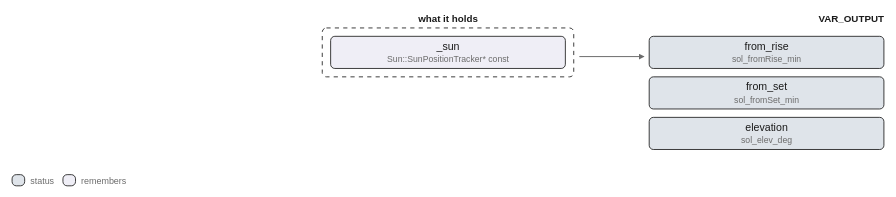
Before: images/logic/sun_watch.drawio.svg, a diagram exported from draw.io (pstch/botanik2). Source tidied: cells renumbered, new cells last; positions are measured from the earlier drawing's top-left corner, leaving out a move shared by most shapes. The source it was exported from:
```xml
<mxGraphModel>
  <root>
    <mxCell id="0" />
    <mxCell id="1" parent="0" />
    <mxCell id="2" value="what it holds" style="text;html=1;whiteSpace=nowrap;fontSize=7;fontColor=#1a1a1a;align=center;verticalAlign=middle;fontStyle=1;" parent="1" vertex="1">
      <mxGeometry x="285" y="-0.2" width="54" height="11" as="geometry" />
    </mxCell>
    <mxCell id="3" value="VAR_OUTPUT" style="text;html=1;whiteSpace=nowrap;fontSize=7;fontColor=#1a1a1a;align=right;verticalAlign=middle;fontStyle=1;" parent="1" vertex="1">
      <mxGeometry x="581.5" y="-0.2" width="42.5" height="11" as="geometry" />
    </mxCell>
    <mxCell id="4" value="from_rise&lt;br&gt;&lt;font style=&quot;font-size:6px&quot;&gt;sol_fromRise_min&lt;/font&gt;" style="rounded=1;fillColor=#dfe4ea;strokeColor=#1a1a1a;whiteSpace=wrap;html=1;fontSize=8;" parent="1" vertex="1">
      <mxGeometry x="456" y="17" width="168" height="23" as="geometry" />
    </mxCell>
    <mxCell id="5" value="from_set&lt;br&gt;&lt;font style=&quot;font-size:6px&quot;&gt;sol_fromSet_min&lt;/font&gt;" style="rounded=1;fillColor=#dfe4ea;strokeColor=#1a1a1a;whiteSpace=wrap;html=1;fontSize=8;" parent="1" vertex="1">
      <mxGeometry x="456" y="46" width="168" height="23" as="geometry" />
    </mxCell>
    <mxCell id="6" value="elevation&lt;br&gt;&lt;font style=&quot;font-size:6px&quot;&gt;sol_elev_deg&lt;/font&gt;" style="rounded=1;fillColor=#dfe4ea;strokeColor=#1a1a1a;whiteSpace=wrap;html=1;fontSize=8;" parent="1" vertex="1">
      <mxGeometry x="456" y="75" width="168" height="23" as="geometry" />
    </mxCell>
    <mxCell id="7" style="rounded=1;fillColor=#ffffff;strokeColor=#1a1a1a;whiteSpace=wrap;html=1;fontSize=8;dashed=1;" parent="1" vertex="1">
      <mxGeometry x="222" y="11" width="180" height="35" as="geometry" />
    </mxCell>
    <mxCell id="8" value="_sun&lt;br&gt;&lt;font style=&quot;font-size:6px&quot;&gt;Sun::SunPositionTracker* const&lt;/font&gt;" style="rounded=1;fillColor=#efeef6;strokeColor=#1a1a1a;whiteSpace=wrap;html=1;fontSize=8;" parent="1" vertex="1">
      <mxGeometry x="228" y="17" width="168" height="23" as="geometry" />
    </mxCell>
    <mxCell id="9" style="edgeStyle=none;html=1;strokeColor=#6b6b6b;endArrow=block;" parent="1" edge="1">
      <mxGeometry relative="1" as="geometry">
        <mxPoint x="406" y="31.5" as="sourcePoint" />
        <mxPoint x="452" y="31.5" as="targetPoint" />
      </mxGeometry>
    </mxCell>
    <mxCell id="10" style="rounded=1;fillColor=#dfe4ea;strokeColor=#1a1a1a;whiteSpace=wrap;html=1;fontSize=8;" parent="1" vertex="1">
      <mxGeometry y="116" width="9" height="8" as="geometry" />
    </mxCell>
    <mxCell id="11" value="status" style="text;html=1;whiteSpace=nowrap;fontSize=6;fontColor=#6b6b6b;align=left;verticalAlign=middle;" parent="1" vertex="1">
      <mxGeometry x="13" y="116.2" width="25.1" height="10.4" as="geometry" />
    </mxCell>
    <mxCell id="12" style="rounded=1;fillColor=#efeef6;strokeColor=#1a1a1a;whiteSpace=wrap;html=1;fontSize=8;" parent="1" vertex="1">
      <mxGeometry x="36.4" y="116" width="9" height="8" as="geometry" />
    </mxCell>
    <mxCell id="13" value="remembers" style="text;html=1;whiteSpace=nowrap;fontSize=6;fontColor=#6b6b6b;align=left;verticalAlign=middle;" parent="1" vertex="1">
      <mxGeometry x="49.4" y="116.2" width="35.7" height="10.4" as="geometry" />
    </mxCell>
  </root>
</mxGraphModel>
```
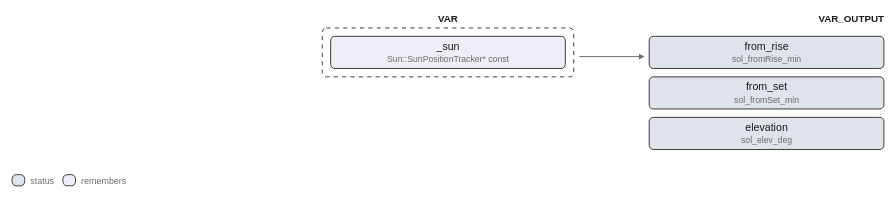
After the commit.

What changed in the source:
```diff
@@ -2,8 +2,8 @@
   <root>
     <mxCell id="0" />
     <mxCell id="1" parent="0" />
-    <mxCell id="2" value="what it holds" style="text;html=1;whiteSpace=nowrap;fontSize=7;fontColor=#1a1a1a;align=center;verticalAlign=middle;fontStyle=1;" parent="1" vertex="1">
-      <mxGeometry x="285" y="-0.2" width="54" height="11" as="geometry" />
+    <mxCell id="2" value="VAR" style="text;html=1;whiteSpace=nowrap;fontSize=7;fontColor=#1a1a1a;align=center;verticalAlign=middle;fontStyle=1;" parent="1" vertex="1">
+      <mxGeometry x="302" y="-0.2" width="20" height="11" as="geometry" />
     </mxCell>
     <mxCell id="3" value="VAR_OUTPUT" style="text;html=1;whiteSpace=nowrap;fontSize=7;fontColor=#1a1a1a;align=right;verticalAlign=middle;fontStyle=1;" parent="1" vertex="1">
       <mxGeometry x="581.5" y="-0.2" width="42.5" height="11" as="geometry" />
```
